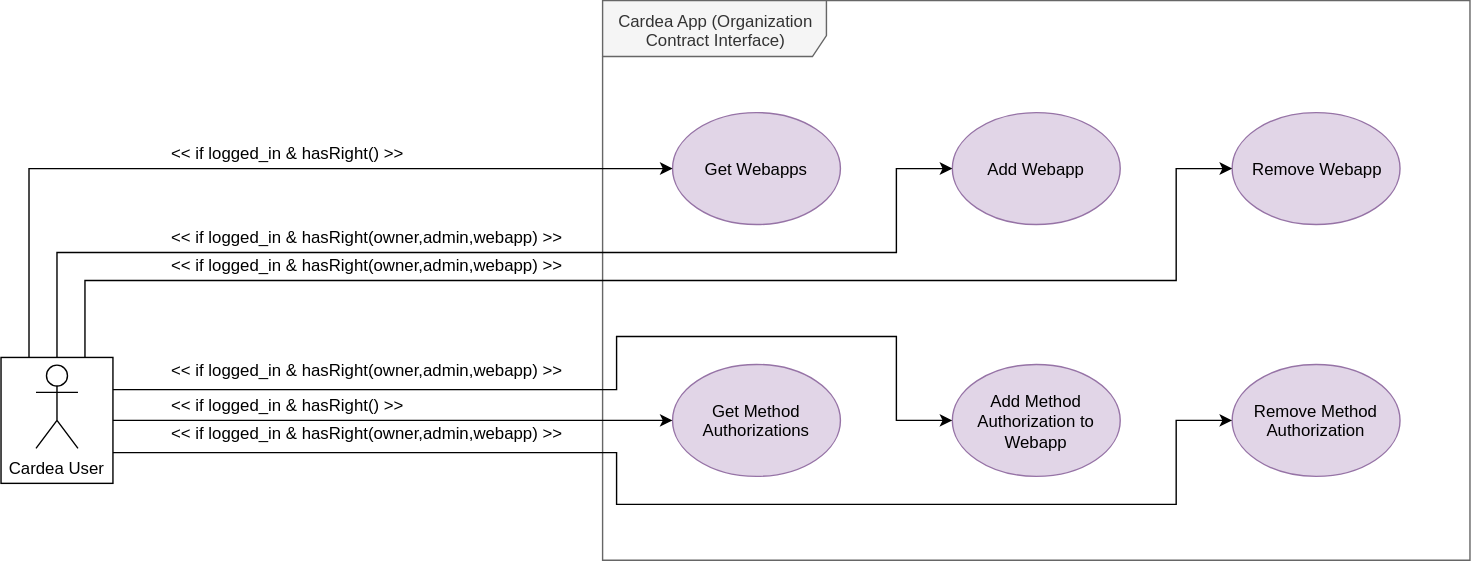
This is docs/srs/resources/3_1_2_5_use_case_view_cardea_app_organization_webapp_interface.svg from cardeapay/stack, a draw.io export, as it was before one commit. Source tidied: cells renumbered, new cells last; positions are measured from the earlier drawing's top-left corner, leaving out a move shared by most shapes.
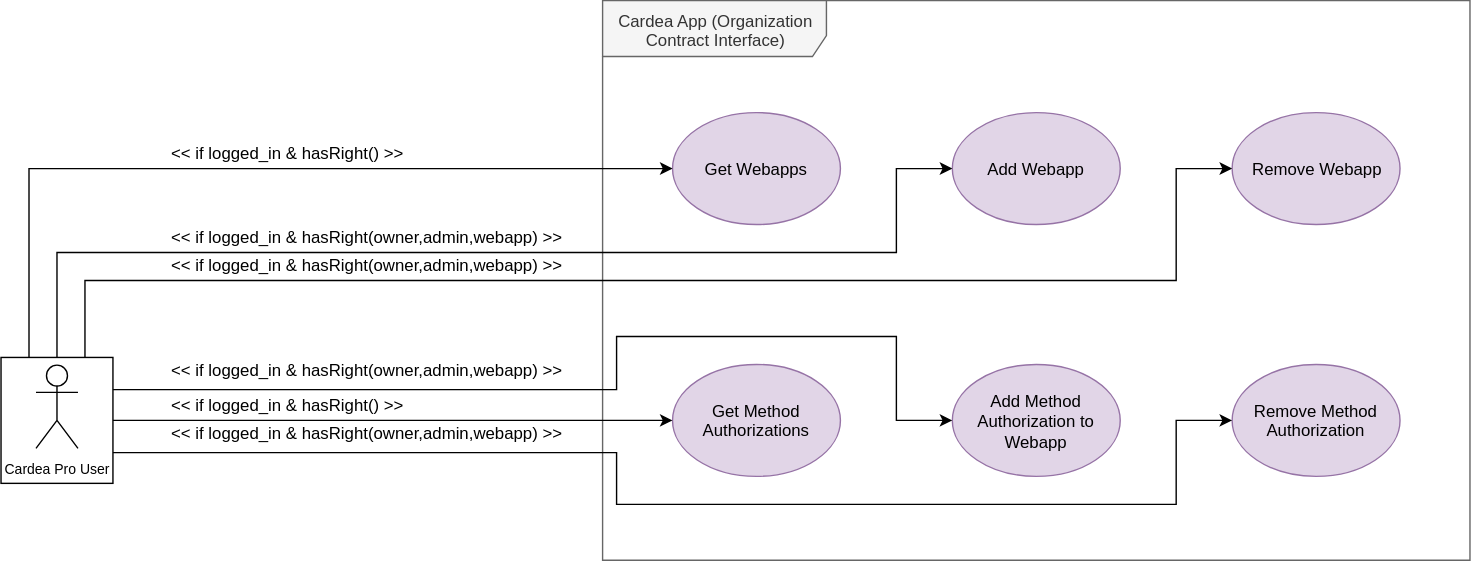
Later version of the same file.

Commit message:
fix(srs): user types clarifications

Diff of the diagram source:
```diff
@@ -70,7 +70,7 @@
     <mxCell id="15" style="html=1;fillColor=none;" parent="1" vertex="1">
       <mxGeometry y="255" width="80" height="90" as="geometry" />
     </mxCell>
-    <mxCell id="16" value="Cardea User" style="shape=umlActor;verticalLabelPosition=bottom;labelBackgroundColor=#ffffff;verticalAlign=top;html=1;" parent="1" vertex="1">
+    <mxCell id="16" value="&lt;font style=&quot;font-size: 10px&quot;&gt;Cardea Pro User&lt;/font&gt;" style="shape=umlActor;verticalLabelPosition=bottom;labelBackgroundColor=#ffffff;verticalAlign=top;html=1;" parent="1" vertex="1">
       <mxGeometry x="25" y="260" width="30" height="60" as="geometry" />
     </mxCell>
     <mxCell id="17" value="&amp;lt;&amp;lt; if logged_in &amp;amp; hasRight() &amp;gt;&amp;gt;&lt;span style=&quot;font-family: &amp;#34;helvetica&amp;#34; , &amp;#34;arial&amp;#34; , sans-serif ; font-size: 0px&quot;&gt;%3CmxGraphModel%3E%3Croot%3E%3CmxCell%20id%3D%220%22%2F%3E%3CmxCell%20id%3D%221%22%20parent%3D%220%22%2F%3E%3CmxCell%20id%3D%222%22%20value%3D%22%22%20style%3D%22html%3D1%3BfillColor%3Dnone%3B%22%20vertex%3D%221%22%20parent%3D%221%22%3E%3CmxGeometry%20x%3D%22-120%22%20y%3D%22255%22%20width%3D%2280%22%20height%3D%2290%22%20as%3D%22geometry%22%2F%3E%3C%2FmxCell%3E%3CmxCell%20id%3D%223%22%20value%3D%22Cardea%20User%22%20style%3D%22shape%3DumlActor%3BverticalLabelPosition%3Dbottom%3BlabelBackgroundColor%3D%23ffffff%3BverticalAlign%3Dtop%3Bhtml%3D1%3B%22%20vertex%3D%221%22%20parent%3D%221%22%3E%3CmxGeometry%20x%3D%22-95%22%20y%3D%22260%22%20width%3D%2230%22%20height%3D%2260%22%20as%3D%22geometry%22%2F%3E%3C%2FmxCell%3E%3C%2Froot%3E%3C%2FmxGraphModel%3&lt;/span&gt;" style="text;html=1;align=left;verticalAlign=top;spacingTop=-4;" parent="1" vertex="1">
```
